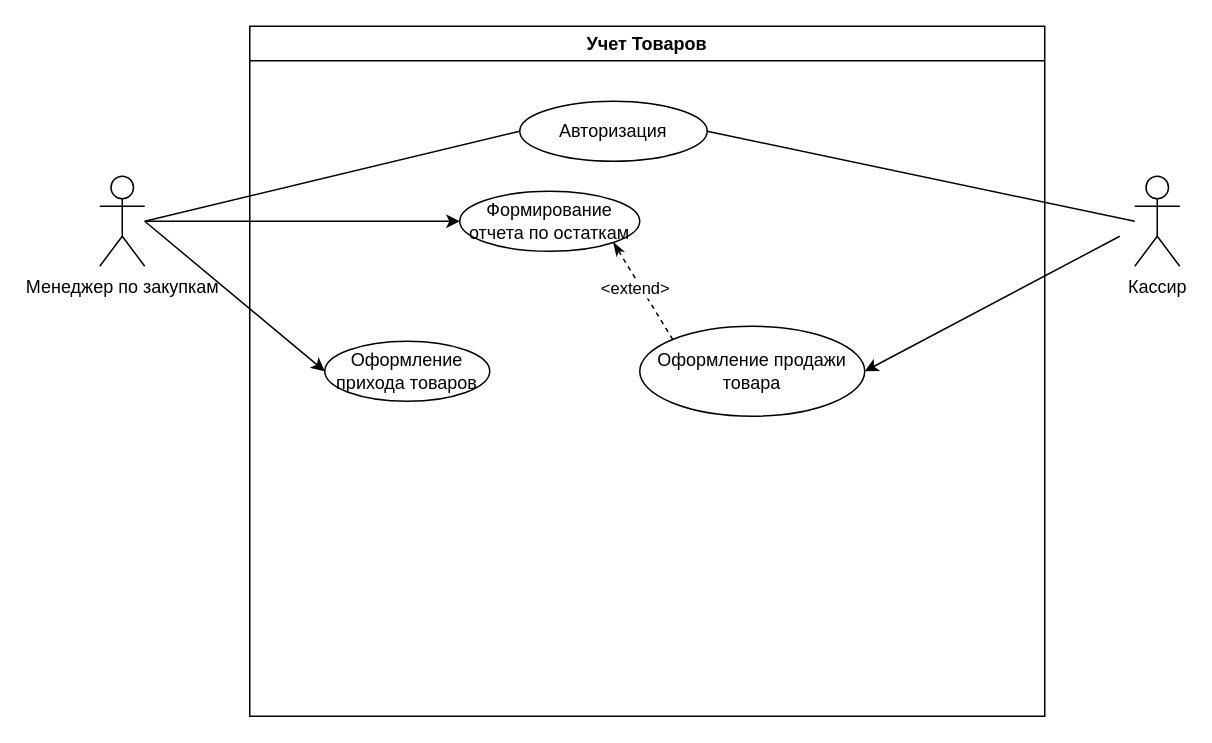
Before: page "Страница — 2" (2 of 2) of УчетТоваровГалин.drawio in N1shio1/YchetTovarov, a draw.io diagram. Source tidied: cells renumbered, new cells numbered last; positions are measured from the earlier drawing's top-left corner, leaving out a move shared by most shapes. Both pictures are drawn from the tidied source at 150%, with x=0, y=0 at pixel (99, 26).
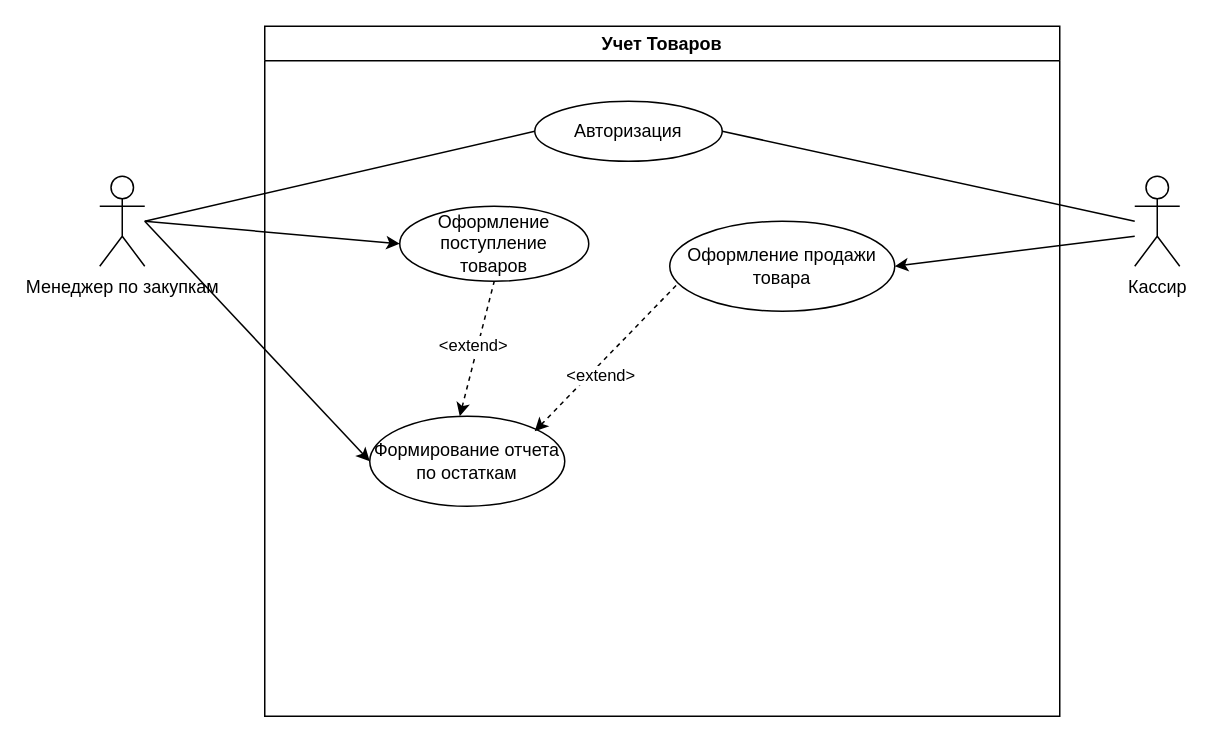
The same page after the edit.

What changed in the source:
```diff
@@
     <mxCell id="2" value="Учет Товаров" style="swimlane;whiteSpace=wrap;html=1;" parent="1" vertex="1">
-      <mxGeometry x="100" width="530" height="460" as="geometry" />
+      <mxGeometry x="110" width="530" height="460" as="geometry" />
     </mxCell>
@@
     <mxCell id="4" value="Формирование отчета по остаткам" style="ellipse;whiteSpace=wrap;html=1;" parent="2" vertex="1">
-      <mxGeometry x="140" y="110" width="120" height="40" as="geometry" />
+      <mxGeometry x="70" y="260" width="130" height="60" as="geometry" />
     </mxCell>
-    <mxCell id="5" value="Оформление прихода товаров" style="ellipse;whiteSpace=wrap;html=1;" parent="2" vertex="1">
-      <mxGeometry x="50" y="210" width="110" height="40" as="geometry" />
+    <mxCell id="5" value="Оформление поступление &lt;br&gt;товаров" style="ellipse;whiteSpace=wrap;html=1;" parent="2" vertex="1">
+      <mxGeometry x="90" y="120" width="126" height="50" as="geometry" />
     </mxCell>
     <mxCell id="6" value="Оформление продажи товара" style="ellipse;whiteSpace=wrap;html=1;" parent="2" vertex="1">
-      <mxGeometry x="260" y="200" width="150" height="60" as="geometry" />
+      <mxGeometry x="270" y="130" width="150" height="60" as="geometry" />
     </mxCell>
@@
-    <mxCell id="8" style="endArrow=classicThin;dashed=1;html=1;rounded=0;exitX=0;exitY=0;exitDx=0;exitDy=0;entryX=1;entryY=1;entryDx=0;entryDy=0;endFill=1;" parent="2" edge="1" source="6" target="4">
-      <mxGeometry relative="1" as="geometry" />
-    </mxCell>
-    <mxCell id="9" value="&amp;lt;extend&amp;gt;" style="edgeLabel;html=1;align=center;verticalAlign=middle;" parent="8" vertex="1">
-      <mxGeometry x="0.14" y="4" relative="1" as="geometry" />
-    </mxCell>
+    <mxCell id="16" style="endArrow=none;dashed=1;html=1;rounded=0;entryX=0.04;entryY=0.683;entryDx=0;entryDy=0;entryPerimeter=0;startArrow=classic;startFill=1;" parent="2" edge="1" target="6">
+      <mxGeometry relative="1" as="geometry">
+        <mxPoint x="180" y="270" as="sourcePoint" />
+      </mxGeometry>
+    </mxCell>
+    <mxCell id="17" value="&amp;lt;extend&amp;gt;" style="edgeLabel;html=1;align=center;verticalAlign=middle;" parent="16" vertex="1">
+      <mxGeometry x="-0.17" y="-5" relative="1" as="geometry" />
+    </mxCell>
+    <mxCell id="18" style="endArrow=none;dashed=1;html=1;rounded=0;entryX=0.5;entryY=1;entryDx=0;entryDy=0;startArrow=classic;startFill=1;" parent="2" edge="1" target="5">
+      <mxGeometry relative="1" as="geometry">
+        <mxPoint x="130" y="260" as="sourcePoint" />
+      </mxGeometry>
+    </mxCell>
+    <mxCell id="19" value="&amp;lt;extend&amp;gt;" style="edgeLabel;html=1;align=center;verticalAlign=middle;" parent="18" vertex="1">
+      <mxGeometry x="0.03" y="3" relative="1" as="geometry" />
+    </mxCell>
```
